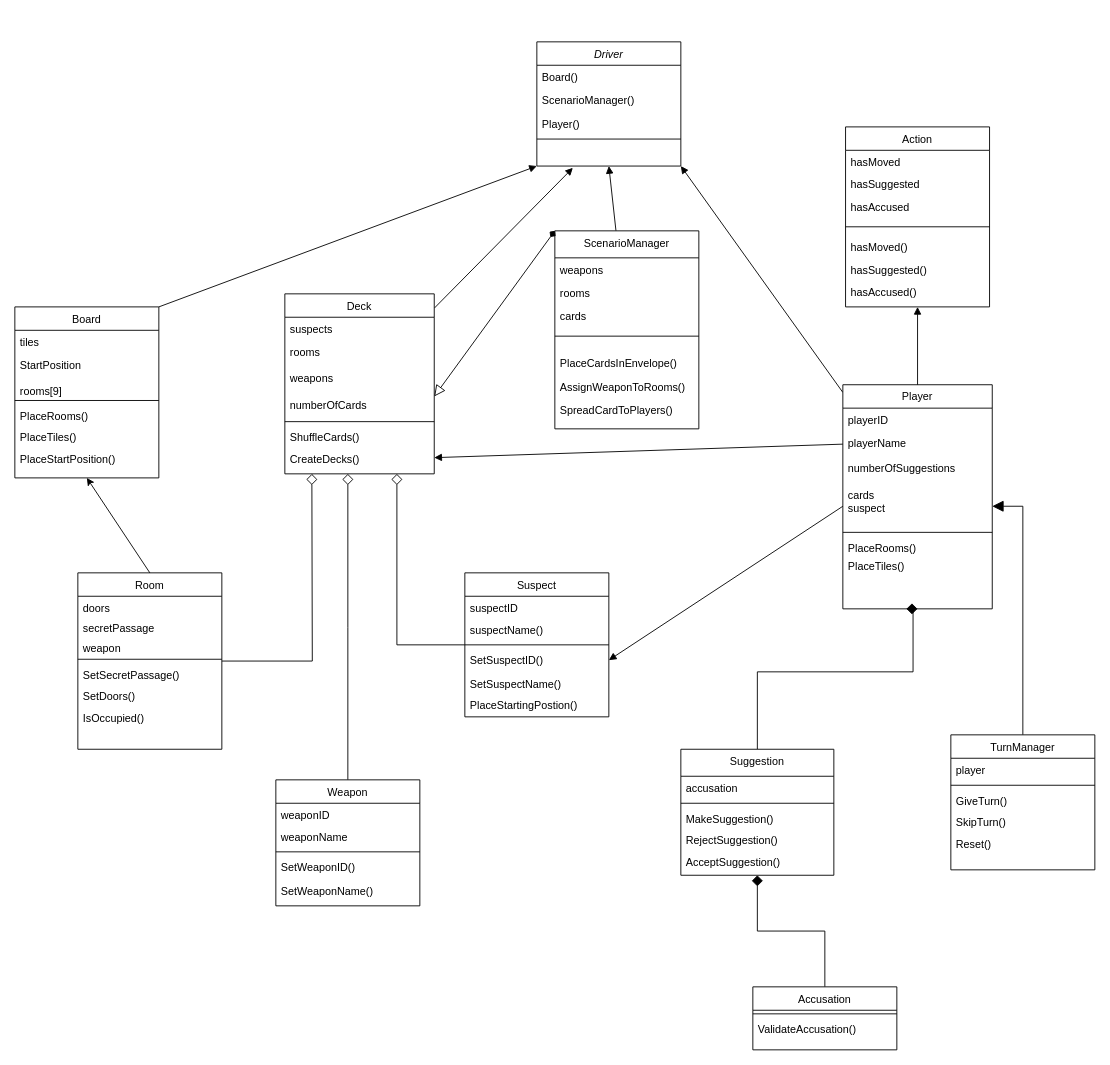
Earlier version of the draw.io diagram uml-diagram.drawio (Acelhaka/Clueless-game). Source tidied: cells renumbered, new cells numbered last; positions are measured from the earlier drawing's top-left corner, leaving out a move shared by most shapes. Both pictures are drawn from the tidied source at 90%, with x=0, y=0 at pixel (14, 41).
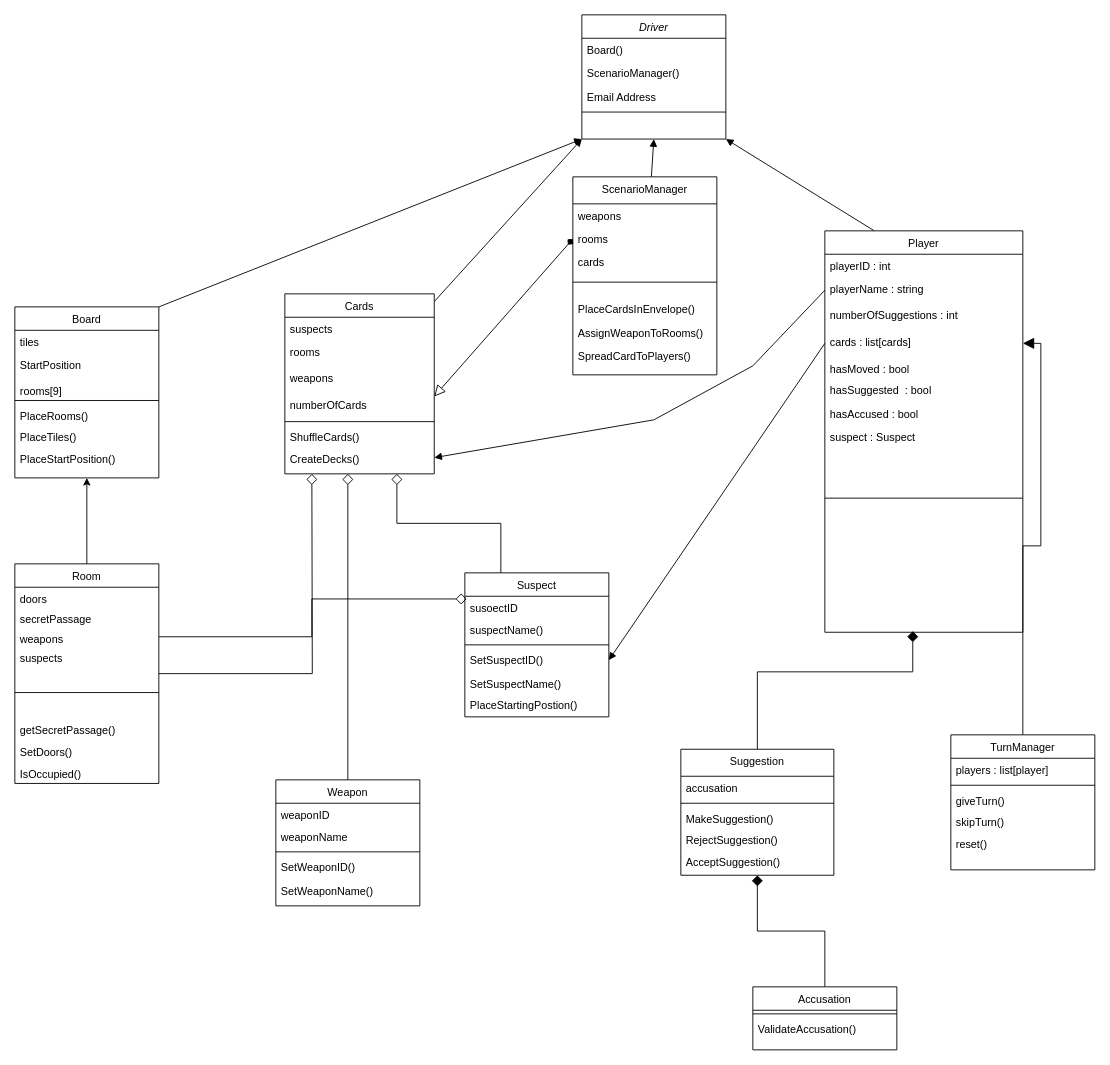
The same diagram, later.

Unchanged cells that the change refers to:
```xml
<mxCell id="19" value="rooms" style="text;align=left;verticalAlign=top;spacingLeft=4;spacingRight=4;overflow=hidden;points=[[0,0.5],[1,0.5]];portConstraint=eastwest;rounded=0;shadow=0;html=0;" parent="17" vertex="1">
  <mxGeometry y="56" width="160" height="26" as="geometry" />
</mxCell>
<mxCell id="35" value="TurnManager" style="swimlane;fontStyle=0;align=center;verticalAlign=top;horizontal=1;startSize=26;rounded=0;shadow=0;strokeWidth=1;swimlaneFillColor=none;" parent="1" vertex="1">
  <mxGeometry x="1040" y="770" width="160" height="150" as="geometry" />
</mxCell>
<mxCell id="49" value="CreateDecks()" style="text;align=left;verticalAlign=top;spacingLeft=4;spacingRight=4;overflow=hidden;points=[[0,0.5],[1,0.5]];portConstraint=eastwest;" parent="42" vertex="1">
  <mxGeometry y="170" width="166" height="24" as="geometry" />
</mxCell>
<mxCell id="51" value="Suggestion" style="swimlane;fontStyle=0;align=center;verticalAlign=top;horizontal=1;startSize=30;rounded=0;shadow=0;strokeWidth=1;swimlaneFillColor=none;gradientColor=#ffffff;" parent="1" vertex="1">
  <mxGeometry x="740" y="786" width="170" height="140" as="geometry" />
</mxCell>
<mxCell id="74" value="Suspect" style="swimlane;fontStyle=0;align=center;verticalAlign=top;horizontal=1;startSize=26;rounded=0;shadow=0;strokeWidth=1;swimlaneFillColor=none;" parent="1" vertex="1">
  <mxGeometry x="500" y="590" width="160" height="160" as="geometry" />
</mxCell>
```

Change to the diagram source:
```diff
@@
     <mxCell id="2" value="Driver" style="swimlane;fontStyle=2;align=center;verticalAlign=top;horizontal=1;startSize=26;rounded=0;shadow=0;strokeWidth=1;" parent="1" vertex="1">
-      <mxGeometry x="580" width="160" height="138" as="geometry" />
+      <mxGeometry x="630" y="-30" width="160" height="138" as="geometry" />
     </mxCell>
@@
-    <mxCell id="5" value="Player()" style="text;align=left;verticalAlign=top;spacingLeft=4;spacingRight=4;overflow=hidden;rounded=0;shadow=0;html=0;" parent="2" vertex="1">
+    <mxCell id="5" value="Email Address" style="text;align=left;verticalAlign=top;spacingLeft=4;spacingRight=4;overflow=hidden;rounded=0;shadow=0;html=0;" parent="2" vertex="1">
       <mxGeometry y="78" width="160" height="26" as="geometry" />
     </mxCell>
@@
     <mxCell id="17" value="ScenarioManager" style="swimlane;fontStyle=0;align=center;verticalAlign=top;horizontal=1;startSize=30;rounded=0;shadow=0;strokeWidth=1;" parent="1" vertex="1">
-      <mxGeometry x="600" y="210" width="160" height="220" as="geometry" />
+      <mxGeometry x="620" y="150" width="160" height="220" as="geometry" />
     </mxCell>
@@
-    <mxCell id="25" style="edgeStyle=none;rounded=0;jettySize=auto;html=1;entryX=1;entryY=1;entryDx=0;entryDy=0;startArrow=none;startFill=0;endArrow=block;endFill=1;" parent="1" edge="1" source="26" target="2">
+    <mxCell id="25" style="edgeStyle=none;rounded=0;jettySize=auto;html=1;entryX=1;entryY=1;entryDx=0;entryDy=0;startArrow=none;startFill=0;endArrow=block;endFill=1;exitX=0.25;exitY=0;exitDx=0;exitDy=0;" parent="1" edge="1" source="26" target="2">
       <mxGeometry relative="1" as="geometry" />
     </mxCell>
     <mxCell id="26" value="Player" style="swimlane;fontStyle=0;align=center;verticalAlign=top;horizontal=1;startSize=26;rounded=0;shadow=0;strokeWidth=1;swimlaneFillColor=none;" parent="1" vertex="1">
-      <mxGeometry x="920" y="381" width="166" height="249" as="geometry" />
+      <mxGeometry x="900" y="210" width="220" height="446" as="geometry" />
     </mxCell>
-    <mxCell id="27" value="playerID" style="text;align=left;verticalAlign=top;spacingLeft=4;spacingRight=4;overflow=hidden;" parent="26" vertex="1">
-      <mxGeometry y="26" width="166" height="26" as="geometry" />
+    <mxCell id="27" value="playerID : int" style="text;align=left;verticalAlign=top;spacingLeft=4;spacingRight=4;overflow=hidden;" parent="26" vertex="1">
+      <mxGeometry y="26" width="220" height="26" as="geometry" />
     </mxCell>
-    <mxCell id="28" value="playerName" style="text;align=left;verticalAlign=top;spacingLeft=4;spacingRight=4;overflow=hidden;points=[[0,0.5],[1,0.5]];portConstraint=eastwest;rounded=0;shadow=0;html=0;" parent="26" vertex="1">
-      <mxGeometry y="52" width="166" height="28" as="geometry" />
+    <mxCell id="28" value="playerName : string" style="text;align=left;verticalAlign=top;spacingLeft=4;spacingRight=4;overflow=hidden;points=[[0,0.5],[1,0.5]];portConstraint=eastwest;rounded=0;shadow=0;html=0;" parent="26" vertex="1">
+      <mxGeometry y="52" width="220" height="28" as="geometry" />
     </mxCell>
-    <mxCell id="29" value="numberOfSuggestions&#10;" style="text;align=left;verticalAlign=top;spacingLeft=4;spacingRight=4;overflow=hidden;rounded=0;shadow=0;html=0;" parent="26" vertex="1">
-      <mxGeometry y="80" width="166" height="30" as="geometry" />
+    <mxCell id="29" value="numberOfSuggestions : int" style="text;align=left;verticalAlign=top;spacingLeft=4;spacingRight=4;overflow=hidden;rounded=0;shadow=0;html=0;" parent="26" vertex="1">
+      <mxGeometry y="80" width="220" height="30" as="geometry" />
     </mxCell>
-    <mxCell id="30" value="cards&#10;suspect" style="text;align=left;verticalAlign=top;spacingLeft=4;spacingRight=4;overflow=hidden;points=[[0,0.5],[1,0.5]];portConstraint=eastwest;rounded=0;shadow=0;html=0;" parent="26" vertex="1">
-      <mxGeometry y="110" width="166" height="50" as="geometry" />
+    <mxCell id="30" value="cards : list[cards]&#10;" style="text;align=left;verticalAlign=top;spacingLeft=4;spacingRight=4;overflow=hidden;points=[[0,0.5],[1,0.5]];portConstraint=eastwest;rounded=0;shadow=0;html=0;" parent="26" vertex="1">
+      <mxGeometry y="110" width="220" height="30" as="geometry" />
     </mxCell>
+    <mxCell id="87" value="hasMoved : bool" style="text;align=left;verticalAlign=top;spacingLeft=4;spacingRight=4;overflow=hidden;" parent="26" vertex="1">
+      <mxGeometry y="140" width="220" height="24" as="geometry" />
+    </mxCell>
+    <mxCell id="88" value="hasSuggested  : bool" style="text;align=left;verticalAlign=top;spacingLeft=4;spacingRight=4;overflow=hidden;" parent="26" vertex="1">
+      <mxGeometry y="164" width="220" height="26" as="geometry" />
+    </mxCell>
+    <mxCell id="89" value="hasAccused : bool" style="text;align=left;verticalAlign=top;spacingLeft=4;spacingRight=4;overflow=hidden;" parent="26" vertex="1">
+      <mxGeometry y="190" width="220" height="26" as="geometry" />
+    </mxCell>
+    <mxCell id="98" value="suspect : Suspect" style="text;align=left;verticalAlign=top;spacingLeft=4;spacingRight=4;overflow=hidden;rounded=0;shadow=0;html=0;" parent="26" vertex="1">
+      <mxGeometry y="216" width="220" height="30" as="geometry" />
+    </mxCell>
     <mxCell id="31" style="line;html=1;strokeWidth=1;align=left;verticalAlign=middle;spacingTop=-1;spacingLeft=3;spacingRight=3;labelPosition=right;" parent="26" vertex="1">
-      <mxGeometry y="160" width="166" height="8" as="geometry" />
+      <mxGeometry y="246" width="220" height="102" as="geometry" />
     </mxCell>
-    <mxCell id="32" value="PlaceRooms()&#10;" style="text;align=left;verticalAlign=top;spacingLeft=4;spacingRight=4;overflow=hidden;" parent="26" vertex="1">
-      <mxGeometry y="168" width="166" height="20" as="geometry" />
-    </mxCell>
-    <mxCell id="33" value="PlaceTiles()" style="text;align=left;verticalAlign=top;spacingLeft=4;spacingRight=4;overflow=hidden;" parent="26" vertex="1">
-      <mxGeometry y="188" width="166" height="24" as="geometry" />
-    </mxCell>
@@
-    <mxCell id="36" value="player" style="text;align=left;verticalAlign=top;spacingLeft=4;spacingRight=4;overflow=hidden;" parent="35" vertex="1">
+    <mxCell id="36" value="players : list[player]" style="text;align=left;verticalAlign=top;spacingLeft=4;spacingRight=4;overflow=hidden;" parent="35" vertex="1">
       <mxGeometry y="26" width="160" height="26" as="geometry" />
     </mxCell>
@@
-    <mxCell id="38" value="GiveTurn()&#10;" style="text;align=left;verticalAlign=top;spacingLeft=4;spacingRight=4;overflow=hidden;" parent="35" vertex="1">
+    <mxCell id="38" value="giveTurn()&#10;" style="text;align=left;verticalAlign=top;spacingLeft=4;spacingRight=4;overflow=hidden;" parent="35" vertex="1">
       <mxGeometry y="60" width="160" height="24" as="geometry" />
     </mxCell>
-    <mxCell id="39" value="SkipTurn()" style="text;align=left;verticalAlign=top;spacingLeft=4;spacingRight=4;overflow=hidden;" parent="35" vertex="1">
+    <mxCell id="39" value="skipTurn()" style="text;align=left;verticalAlign=top;spacingLeft=4;spacingRight=4;overflow=hidden;" parent="35" vertex="1">
       <mxGeometry y="84" width="160" height="24" as="geometry" />
     </mxCell>
-    <mxCell id="40" value="Reset()" style="text;align=left;verticalAlign=top;spacingLeft=4;spacingRight=4;overflow=hidden;" parent="35" vertex="1">
+    <mxCell id="40" value="reset()" style="text;align=left;verticalAlign=top;spacingLeft=4;spacingRight=4;overflow=hidden;" parent="35" vertex="1">
       <mxGeometry y="108" width="160" height="24" as="geometry" />
     </mxCell>
-    <mxCell id="41" style="edgeStyle=none;rounded=0;jettySize=auto;html=1;startArrow=none;startFill=0;endArrow=block;endFill=1;" parent="1" edge="1" source="42">
-      <mxGeometry relative="1" as="geometry">
-        <mxPoint x="620" y="140" as="targetPoint" />
-      </mxGeometry>
+    <mxCell id="41" style="edgeStyle=none;rounded=0;jettySize=auto;html=1;startArrow=none;startFill=0;endArrow=block;endFill=1;entryX=0;entryY=1;entryDx=0;entryDy=0;" parent="1" edge="1" source="42" target="2">
+      <mxGeometry relative="1" as="geometry" />
     </mxCell>
-    <mxCell id="42" value="Deck" style="swimlane;fontStyle=0;align=center;verticalAlign=top;horizontal=1;startSize=26;rounded=0;shadow=0;strokeWidth=1;swimlaneFillColor=none;" parent="1" vertex="1">
+    <mxCell id="42" value="Cards" style="swimlane;fontStyle=0;align=center;verticalAlign=top;horizontal=1;startSize=26;rounded=0;shadow=0;strokeWidth=1;swimlaneFillColor=none;" parent="1" vertex="1">
       <mxGeometry x="300" y="280" width="166" height="200" as="geometry" />
     </mxCell>
@@
-    <mxCell id="50" style="edgeStyle=orthogonalEdgeStyle;rounded=0;jettySize=auto;html=1;entryX=0.5;entryY=1;entryDx=0;entryDy=0;startArrow=none;startFill=0;endArrow=diamond;endFill=1;endSize=10;" parent="1" edge="1" source="51" target="26">
+    <mxCell id="50" style="edgeStyle=orthogonalEdgeStyle;rounded=0;jettySize=auto;html=1;entryX=0.468;entryY=1.278;entryDx=0;entryDy=0;entryPerimeter=0;startArrow=none;startFill=0;endArrow=diamond;endFill=1;endSize=10;" parent="1" edge="1" source="51">
       <mxGeometry relative="1" as="geometry">
+        <mxPoint x="997.7" y="654.7" as="targetPoint" />
         <Array as="points">
           <mxPoint x="825" y="700" />
           <mxPoint x="998" y="700" />
-          <mxPoint x="998" y="630" />
         </Array>
       </mxGeometry>
     </mxCell>
@@
     <mxCell id="65" value="Room" style="swimlane;fontStyle=0;align=center;verticalAlign=top;horizontal=1;startSize=26;rounded=0;shadow=0;strokeWidth=1;swimlaneFillColor=none;" parent="1" vertex="1">
-      <mxGeometry x="70" y="590" width="160" height="196" as="geometry" />
+      <mxGeometry y="580" width="160" height="244" as="geometry" />
     </mxCell>
@@
-    <mxCell id="68" value="weapon" style="text;align=left;verticalAlign=top;spacingLeft=4;spacingRight=4;overflow=hidden;points=[[0,0.5],[1,0.5]];portConstraint=eastwest;" parent="65" vertex="1">
+    <mxCell id="68" value="weapons" style="text;align=left;verticalAlign=top;spacingLeft=4;spacingRight=4;overflow=hidden;points=[[0,0.5],[1,0.5]];portConstraint=eastwest;" parent="65" vertex="1">
       <mxGeometry y="70" width="160" height="22" as="geometry" />
     </mxCell>
+    <mxCell id="99" value="suspects" style="text;align=left;verticalAlign=top;spacingLeft=4;spacingRight=4;overflow=hidden;" parent="65" vertex="1">
+      <mxGeometry y="92" width="160" height="22" as="geometry" />
+    </mxCell>
     <mxCell id="69" style="line;html=1;strokeWidth=1;align=left;verticalAlign=middle;spacingTop=-1;spacingLeft=3;spacingRight=3;labelPosition=right;" parent="65" vertex="1">
-      <mxGeometry y="92" width="160" height="8" as="geometry" />
+      <mxGeometry y="114" width="160" height="58" as="geometry" />
     </mxCell>
-    <mxCell id="70" value="SetSecretPassage()" style="text;align=left;verticalAlign=top;spacingLeft=4;spacingRight=4;overflow=hidden;" parent="65" vertex="1">
-      <mxGeometry y="100" width="160" height="24" as="geometry" />
+    <mxCell id="70" value="getSecretPassage()" style="text;align=left;verticalAlign=top;spacingLeft=4;spacingRight=4;overflow=hidden;" parent="65" vertex="1">
+      <mxGeometry y="172" width="160" height="24" as="geometry" />
     </mxCell>
     <mxCell id="71" value="SetDoors()" style="text;align=left;verticalAlign=top;spacingLeft=4;spacingRight=4;overflow=hidden;" parent="65" vertex="1">
-      <mxGeometry y="124" width="160" height="24" as="geometry" />
+      <mxGeometry y="196" width="160" height="24" as="geometry" />
     </mxCell>
     <mxCell id="72" value="IsOccupied()" style="text;align=left;verticalAlign=top;spacingLeft=4;spacingRight=4;overflow=hidden;" parent="65" vertex="1">
-      <mxGeometry y="148" width="160" height="24" as="geometry" />
+      <mxGeometry y="220" width="160" height="24" as="geometry" />
     </mxCell>
-    <mxCell id="73" style="edgeStyle=orthogonalEdgeStyle;rounded=0;jettySize=auto;html=1;entryX=0.75;entryY=1;entryDx=0;entryDy=0;startArrow=none;startFill=0;endArrow=diamond;endFill=0;endSize=10;" parent="1" edge="1" source="74" target="42">
+    <mxCell id="73" style="edgeStyle=orthogonalEdgeStyle;rounded=0;jettySize=auto;html=1;entryX=0.75;entryY=1;entryDx=0;entryDy=0;startArrow=none;startFill=0;endArrow=diamond;endFill=0;endSize=10;exitX=0.25;exitY=0;exitDx=0;exitDy=0;" parent="1" edge="1" source="74" target="42">
       <mxGeometry relative="1" as="geometry" />
     </mxCell>
@@
-    <mxCell id="75" value="suspectID" style="text;align=left;verticalAlign=top;spacingLeft=4;spacingRight=4;overflow=hidden;points=[[0,0.5],[1,0.5]];portConstraint=eastwest;" parent="74" vertex="1">
+    <mxCell id="75" value="susoectID" style="text;align=left;verticalAlign=top;spacingLeft=4;spacingRight=4;overflow=hidden;points=[[0,0.5],[1,0.5]];portConstraint=eastwest;" parent="74" vertex="1">
       <mxGeometry y="26" width="160" height="24" as="geometry" />
     </mxCell>
@@
-    <mxCell id="85" style="rounded=0;jettySize=auto;html=1;startArrow=diamond;startFill=1;endArrow=block;endFill=0;endSize=10;exitX=0;exitY=0;exitDx=0;exitDy=0;" parent="1" edge="1" source="17">
+    <mxCell id="85" style="rounded=0;jettySize=auto;html=1;startArrow=diamond;startFill=1;endArrow=block;endFill=0;endSize=10;exitX=0;exitY=0.5;exitDx=0;exitDy=0;" parent="1" edge="1" source="19">
       <mxGeometry relative="1" as="geometry">
         <mxPoint x="466" y="394" as="targetPoint" />
       </mxGeometry>
     </mxCell>
-    <mxCell id="86" value="Action" style="swimlane;fontStyle=0;align=center;verticalAlign=top;horizontal=1;startSize=26;rounded=0;shadow=0;strokeWidth=1;swimlaneFillColor=none;" parent="1" vertex="1">
-      <mxGeometry x="923" y="94.5" width="160" height="200" as="geometry" />
-    </mxCell>
-    <mxCell id="87" value="hasMoved" style="text;align=left;verticalAlign=top;spacingLeft=4;spacingRight=4;overflow=hidden;" parent="86" vertex="1">
-      <mxGeometry y="26" width="160" height="24" as="geometry" />
-    </mxCell>
-    <mxCell id="88" value="hasSuggested" style="text;align=left;verticalAlign=top;spacingLeft=4;spacingRight=4;overflow=hidden;" parent="86" vertex="1">
-      <mxGeometry y="50" width="160" height="26" as="geometry" />
-    </mxCell>
-    <mxCell id="89" value="hasAccused" style="text;align=left;verticalAlign=top;spacingLeft=4;spacingRight=4;overflow=hidden;" parent="86" vertex="1">
-      <mxGeometry y="76" width="160" height="26" as="geometry" />
-    </mxCell>
-    <mxCell id="90" style="line;html=1;strokeWidth=1;align=left;verticalAlign=middle;spacingTop=-1;spacingLeft=3;spacingRight=3;labelPosition=right;" parent="86" vertex="1">
-      <mxGeometry y="102" width="160" height="18" as="geometry" />
-    </mxCell>
-    <mxCell id="91" value="hasMoved()" style="text;align=left;verticalAlign=top;spacingLeft=4;spacingRight=4;overflow=hidden;" parent="86" vertex="1">
-      <mxGeometry y="120" width="160" height="26" as="geometry" />
-    </mxCell>
-    <mxCell id="92" value="hasSuggested()" style="text;align=left;verticalAlign=top;spacingLeft=4;spacingRight=4;overflow=hidden;" parent="86" vertex="1">
-      <mxGeometry y="146" width="160" height="24" as="geometry" />
-    </mxCell>
-    <mxCell id="93" value="hasAccused()" style="text;align=left;verticalAlign=top;spacingLeft=4;spacingRight=4;overflow=hidden;" parent="86" vertex="1">
-      <mxGeometry y="170" width="160" height="24" as="geometry" />
-    </mxCell>
-    <mxCell id="94" style="edgeStyle=none;rounded=0;jettySize=auto;html=1;entryX=0.5;entryY=1;entryDx=0;entryDy=0;startArrow=none;startFill=0;endArrow=block;endFill=1;exitX=0.5;exitY=0;exitDx=0;exitDy=0;" parent="1" edge="1" source="26" target="86">
-      <mxGeometry relative="1" as="geometry" />
-    </mxCell>
@@
     <mxCell id="96" style="edgeStyle=none;rounded=0;jettySize=auto;html=1;entryX=1;entryY=0.5;entryDx=0;entryDy=0;startArrow=none;startFill=0;endArrow=block;endFill=1;exitX=0;exitY=0.5;exitDx=0;exitDy=0;" parent="1" edge="1" source="28" target="49">
-      <mxGeometry relative="1" as="geometry" />
+      <mxGeometry relative="1" as="geometry">
+        <Array as="points">
+          <mxPoint x="820" y="360" />
+          <mxPoint x="710" y="420" />
+        </Array>
+      </mxGeometry>
     </mxCell>
@@
+    <mxCell id="100" style="edgeStyle=orthogonalEdgeStyle;rounded=0;jettySize=auto;html=1;startArrow=none;startFill=0;endArrow=diamond;endFill=0;endSize=10;exitX=1;exitY=0.5;exitDx=0;exitDy=0;entryX=0.013;entryY=0.125;entryDx=0;entryDy=0;entryPerimeter=0;" parent="1" edge="1" source="68" target="75">
+      <mxGeometry relative="1" as="geometry" />
+    </mxCell>
```
